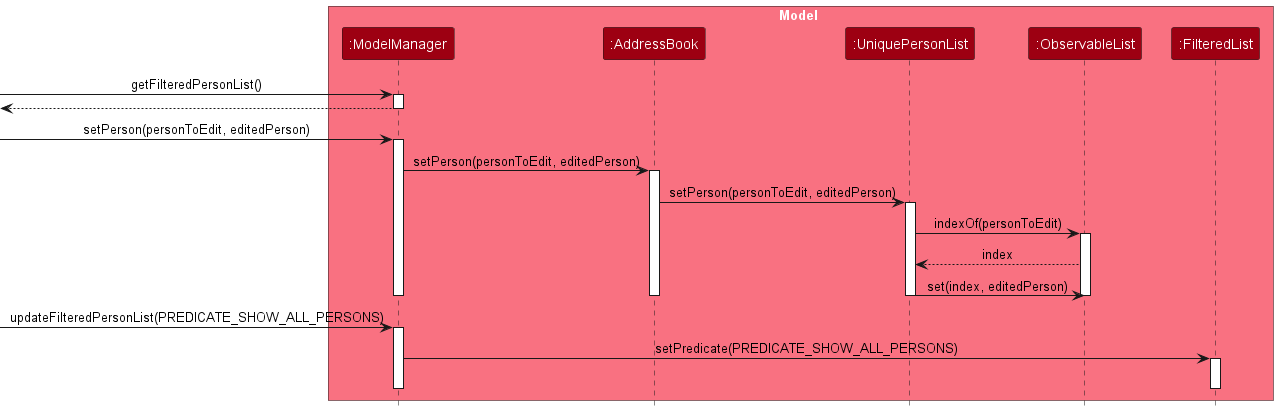
Above: docs/images/EditSequenceDiagram-Model.png in nus-cs2103-AY2324S2/tp (PlantUML), before the change. Source of this version:
```plantuml
@startuml
!include style.puml
skinparam ArrowFontStyle plain

box Model MODEL_COLOR_T1
participant ":ModelManager" as ModelManager MODEL_COLOR
participant ":AddressBook" as AddressBook MODEL_COLOR
participant ":UniquePersonList" as UniquePersonList MODEL_COLOR
participant ":ObservableList" as ObservableList MODEL_COLOR
participant ":FilteredList" as FilteredList MODEL_COLOR
end box

[-> ModelManager : getFilteredPersonList()
activate ModelManager

[<-- ModelManager
deactivate ModelManager

[-> ModelManager: setPerson(personToEdit, editedPerson)
activate ModelManager

ModelManager -> AddressBook : setPerson(personToEdit, editedPerson)
activate AddressBook

AddressBook -> UniquePersonList : setPerson(personToEdit, editedPerson)
activate UniquePersonList

UniquePersonList -> ObservableList : indexOf(personToEdit)
activate ObservableList

ObservableList --> UniquePersonList : index

UniquePersonList -> ObservableList : set(index, editedPerson)

deactivate ObservableList
deactivate UniquePersonList
deactivate AddressBook
deactivate ModelManager

[-> ModelManager : updateFilteredPersonList(PREDICATE_SHOW_ALL_PERSONS)
activate ModelManager

ModelManager -> FilteredList : setPredicate(PREDICATE_SHOW_ALL_PERSONS)
activate FilteredList

deactivate FilteredList
deactivate ModelManager
@enduml
```
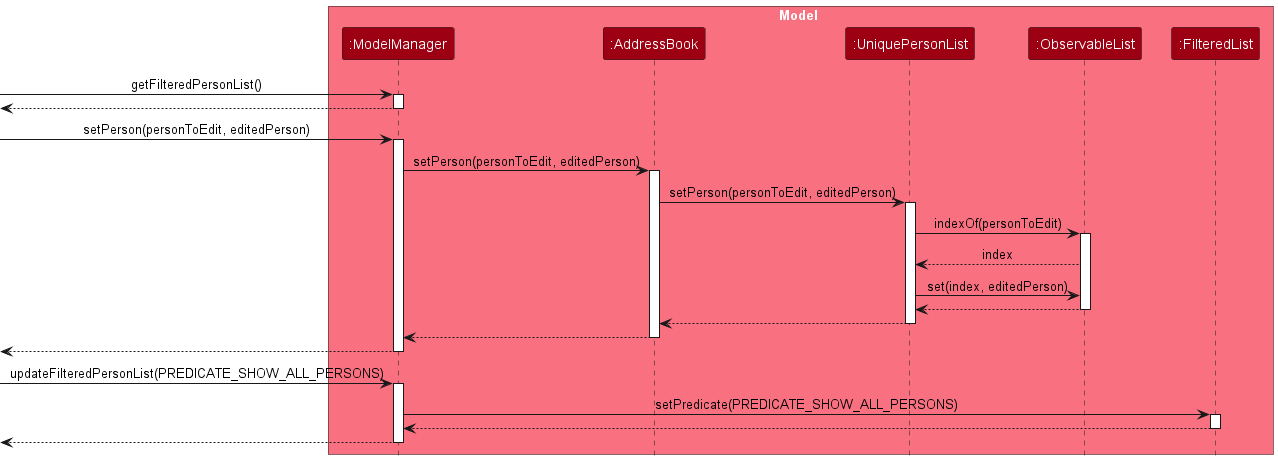
Later version of the same file.

Change to the diagram source:
```diff
@@ -32,9 +32,20 @@
 
 UniquePersonList -> ObservableList : set(index, editedPerson)
 
+ObservableList --> UniquePersonList
+
 deactivate ObservableList
+
+UniquePersonList --> AddressBook
+
 deactivate UniquePersonList
+
+AddressBook --> ModelManager
+
 deactivate AddressBook
+
+[<-- ModelManager
+
 deactivate ModelManager
 
 [-> ModelManager : updateFilteredPersonList(PREDICATE_SHOW_ALL_PERSONS)
@@ -43,6 +54,11 @@
 ModelManager -> FilteredList : setPredicate(PREDICATE_SHOW_ALL_PERSONS)
 activate FilteredList
 
+FilteredList --> ModelManager
+
 deactivate FilteredList
+
+[<-- ModelManager
+
 deactivate ModelManager
 @enduml
```
